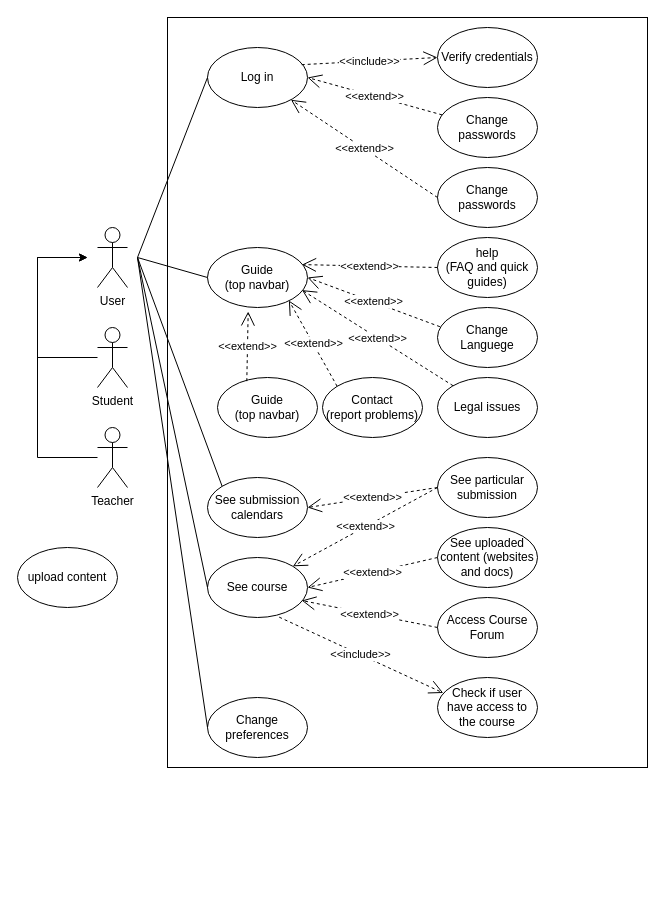
AGPFVEN/uc3m keeps this draw.io diagram as 2nd_year/software engineering/Individual assignment/Use case diagram.drawio. Above is the earlier version. Source tidied: cells renumbered, new cells numbered last; positions are measured from the earlier drawing's top-left corner, leaving out a move shared by most shapes. Both pictures are drawn from the tidied source at 100%, with x=0, y=0 at pixel (17, 17).
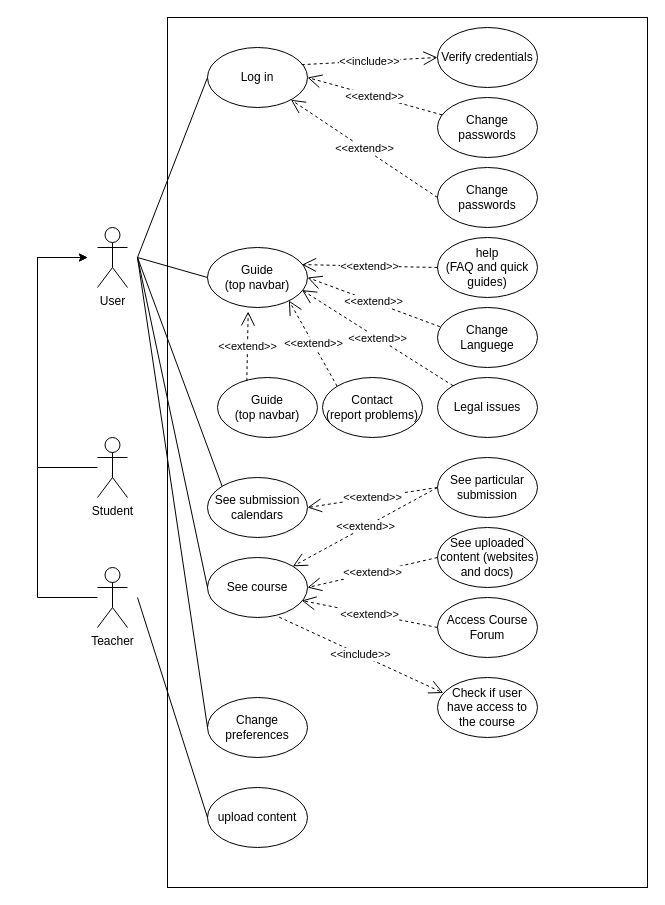
The same diagram, later.

Commit message:
Final use case diagram

The edit, as a diff of the source:
```diff
@@
     <mxCell id="2" style="rounded=0;whiteSpace=wrap;html=1;" parent="1" vertex="1">
-      <mxGeometry x="150" width="480" height="750" as="geometry" />
+      <mxGeometry x="150" width="480" height="870" as="geometry" />
     </mxCell>
     <mxCell id="3" style="edgeStyle=orthogonalEdgeStyle;rounded=0;jettySize=auto;html=1;" parent="1" edge="1" source="4">
       <mxGeometry relative="1" as="geometry">
         <mxPoint x="70" y="240" as="targetPoint" />
         <Array as="points">
-          <mxPoint x="20" y="340" />
+          <mxPoint x="20" y="450" />
           <mxPoint x="20" y="240" />
         </Array>
       </mxGeometry>
     </mxCell>
     <mxCell id="4" value="Student" style="shape=umlActor;verticalLabelPosition=bottom;verticalAlign=top;html=1;outlineConnect=0;" parent="1" vertex="1">
-      <mxGeometry x="80" y="310" width="30" height="60" as="geometry" />
+      <mxGeometry x="80" y="420" width="30" height="60" as="geometry" />
     </mxCell>
@@
     <mxCell id="6" style="edgeStyle=orthogonalEdgeStyle;rounded=0;jettySize=auto;html=1;" parent="1" edge="1" source="7">
       <mxGeometry relative="1" as="geometry">
         <mxPoint x="70" y="240" as="targetPoint" />
         <Array as="points">
-          <mxPoint x="20" y="440" />
+          <mxPoint x="20" y="580" />
           <mxPoint x="20" y="240" />
         </Array>
       </mxGeometry>
     </mxCell>
     <mxCell id="7" value="Teacher" style="shape=umlActor;verticalLabelPosition=bottom;verticalAlign=top;html=1;outlineConnect=0;" parent="1" vertex="1">
-      <mxGeometry x="80" y="410" width="30" height="60" as="geometry" />
+      <mxGeometry x="80" y="550" width="30" height="60" as="geometry" />
     </mxCell>
@@
     <mxCell id="37" value="upload content" style="ellipse;whiteSpace=wrap;html=1;" parent="1" vertex="1">
-      <mxGeometry y="530" width="100" height="60" as="geometry" />
+      <mxGeometry x="190" y="770" width="100" height="60" as="geometry" />
     </mxCell>
@@
+    <mxCell id="44" style="endArrow=none;html=1;rounded=0;entryX=0;entryY=0.5;entryDx=0;entryDy=0;" parent="1" edge="1" target="37">
+      <mxGeometry relative="1" as="geometry">
+        <mxPoint x="120" y="580" as="sourcePoint" />
+      </mxGeometry>
+    </mxCell>
```
